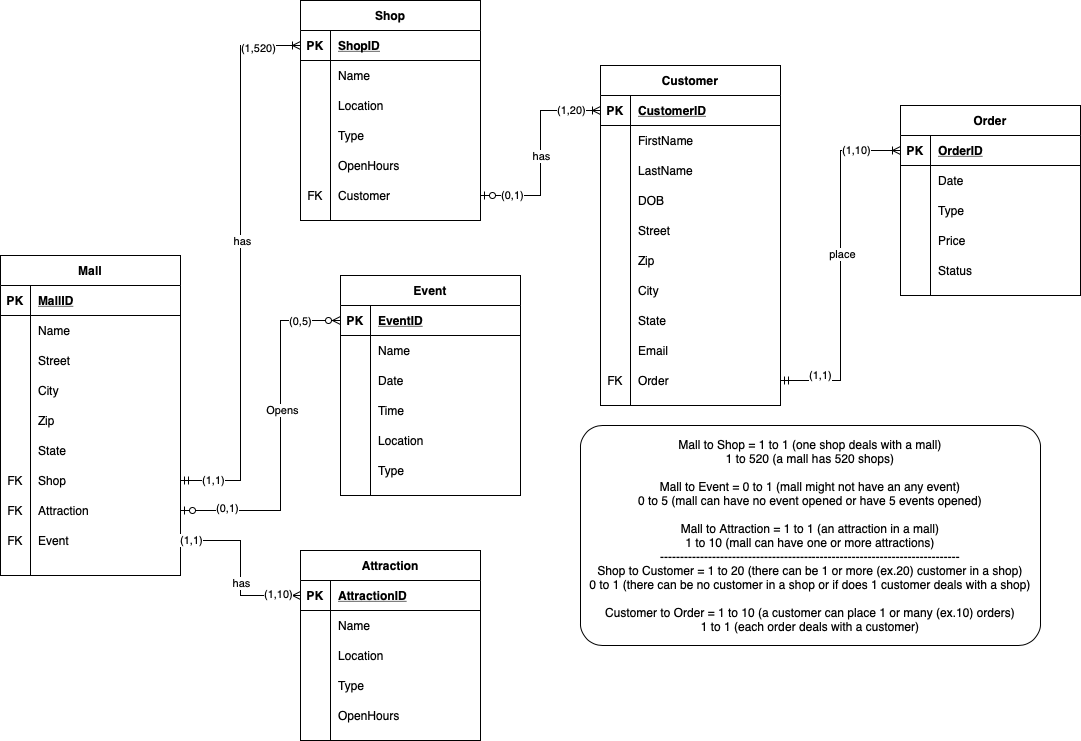
Before: GroupAssignment2.png, a diagram exported from draw.io (Ziyahh22/Project-). Source tidied: cells renumbered, new cells last; positions are measured from the earlier drawing's top-left corner, leaving out a move shared by most shapes.
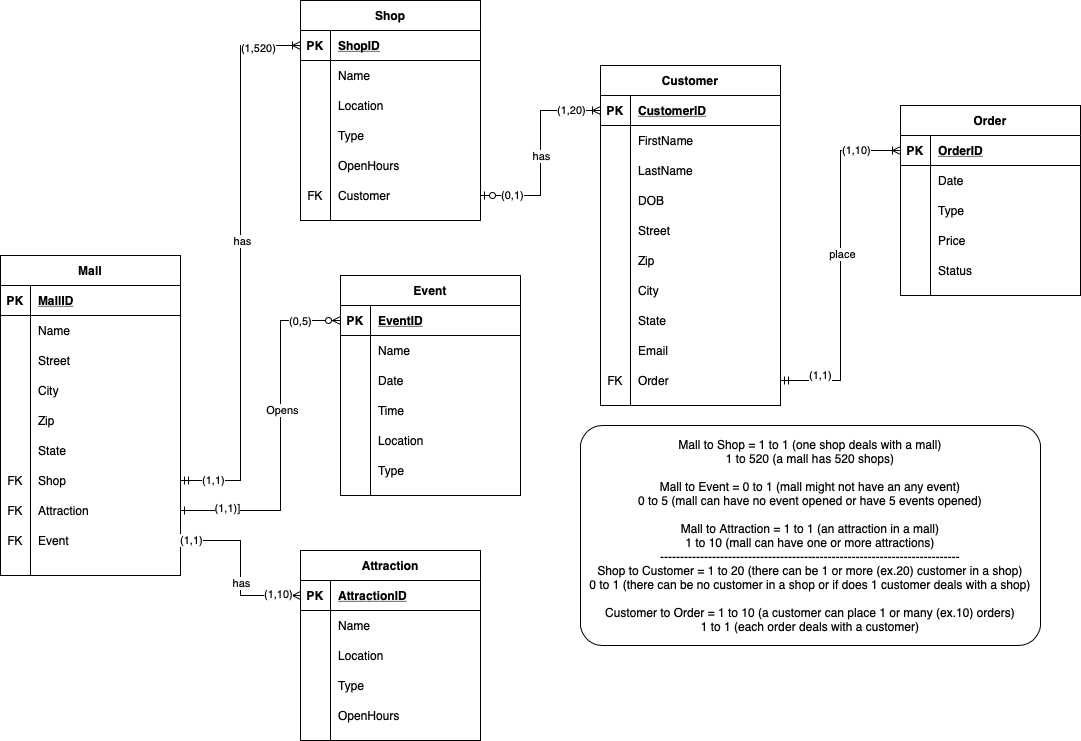
The same diagram one commit later.

Change to the diagram source:
```diff
@@ -469,7 +469,7 @@
     <mxCell id="150" value="Mall to Shop = 1 to 1 (one shop deals with a mall)&lt;br&gt;1 to 520 (a mall has 520 shops)&lt;br&gt;&lt;br&gt;Mall to Event = 0 to 1 (mall might not have an any event)&lt;br&gt;0 to 5 (mall can have no event opened or have 5 events opened)&lt;br&gt;&lt;br&gt;Mall to Attraction = 1 to 1 (an attraction in a mall)&lt;br&gt;1 to 10 (mall can have one or more attractions)&lt;br&gt;---------------------------------------------------------------------------&lt;br&gt;Shop to Customer = 1 to 20 (there can be 1 or more (ex.20) customer in a shop)&lt;br&gt;0 to 1 (there can be no customer in a shop or if does 1 customer deals with a shop)&lt;br&gt;&lt;br&gt;Customer to Order = 1 to 10 (a customer can place 1 or many (ex.10) orders)&lt;br&gt;1 to 1 (each order deals with a customer)" style="rounded=1;arcSize=10;whiteSpace=wrap;html=1;align=center;" parent="1" vertex="1">
       <mxGeometry x="580" y="425" width="460" height="220" as="geometry" />
     </mxCell>
-    <mxCell id="151" style="edgeStyle=orthogonalEdgeStyle;rounded=0;jettySize=auto;html=1;exitX=1;exitY=0.5;exitDx=0;exitDy=0;entryX=0;entryY=0.5;entryDx=0;entryDy=0;endArrow=ERzeroToMany;endFill=1;startArrow=ERzeroToOne;startFill=1;" parent="1" edge="1" source="24" target="34">
+    <mxCell id="151" style="edgeStyle=orthogonalEdgeStyle;rounded=0;jettySize=auto;html=1;exitX=1;exitY=0.5;exitDx=0;exitDy=0;entryX=0;entryY=0.5;entryDx=0;entryDy=0;endArrow=ERzeroToMany;endFill=1;startArrow=ERone;startFill=0;" parent="1" edge="1" source="24" target="34">
       <mxGeometry relative="1" as="geometry">
         <Array as="points">
           <mxPoint x="280" y="510" />
@@ -483,7 +483,7 @@
     <mxCell id="153" value="(0,5)" style="edgeLabel;html=1;align=center;verticalAlign=middle;" parent="151" vertex="1">
       <mxGeometry x="0.77" relative="1" as="geometry" />
     </mxCell>
-    <mxCell id="154" value="(0,1)" style="edgeLabel;html=1;align=center;verticalAlign=middle;" parent="151" vertex="1">
+    <mxCell id="154" value="(1,1)]" style="edgeLabel;html=1;align=center;verticalAlign=middle;" parent="151" vertex="1">
       <mxGeometry x="-0.74" y="3" relative="1" as="geometry" />
     </mxCell>
   </root>
```
